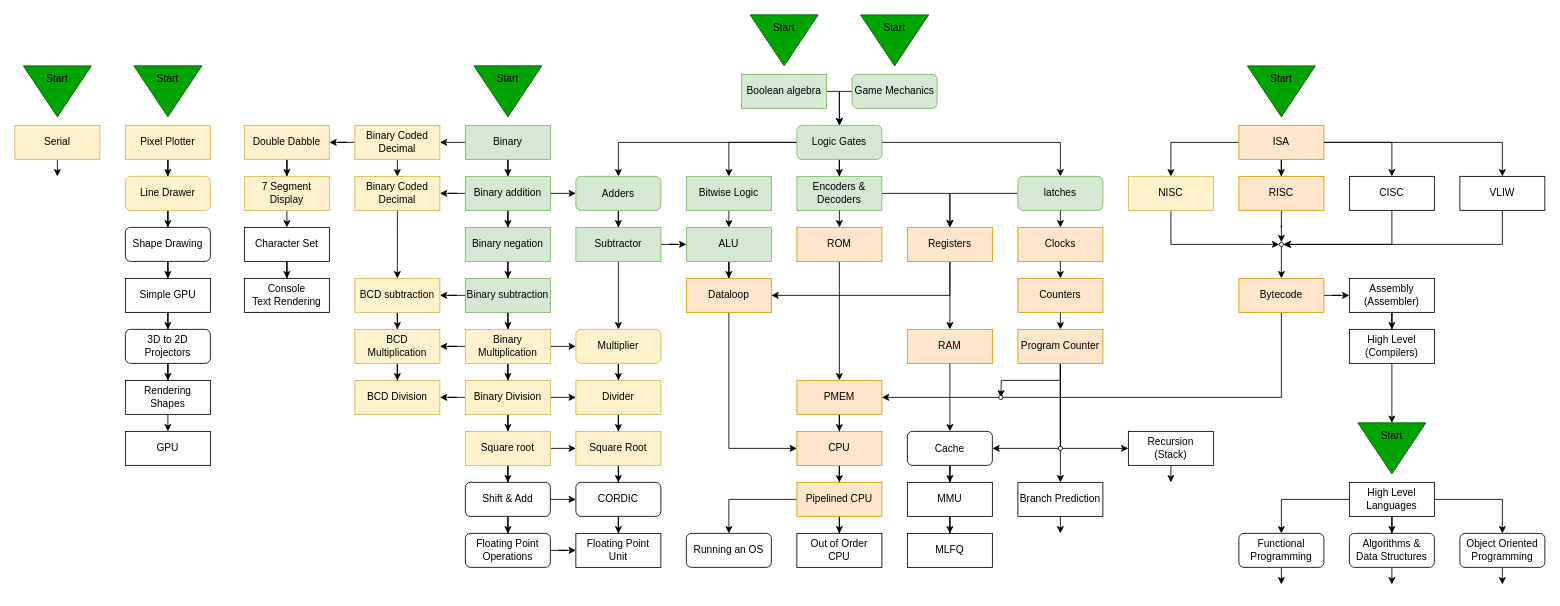
This is page "Knowledge Map" (1 of 6) of Lesson Diagram.drawio from Kuggo/UnivOREsity, a draw.io file, before an edit. Source tidied: cells renumbered, new cells numbered last; positions are measured from the earlier drawing's top-left corner, leaving out a move shared by most shapes. Both pictures are drawn from the tidied source at 85%, with x=0, y=0 at pixel (14, 6).
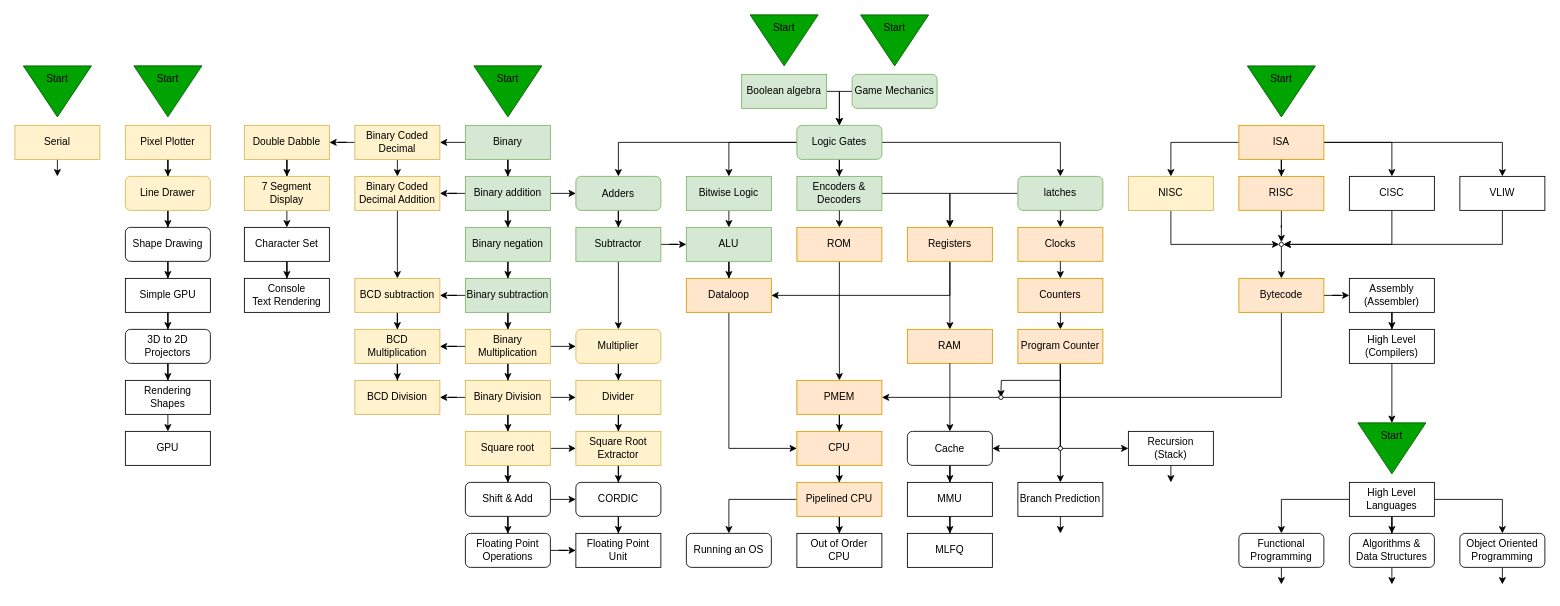
Above is the later version.

The edit, as a diff of the source:
```diff
@@
-    <mxCell id="104" value="Square Root" style="rounded=0;whiteSpace=wrap;html=1;fillColor=#fff2cc;strokeColor=#d6b656;" parent="1" vertex="1">
+    <mxCell id="104" value="Square Root Extractor" style="rounded=0;whiteSpace=wrap;html=1;fillColor=#fff2cc;strokeColor=#d6b656;" parent="1" vertex="1">
       <mxGeometry x="660" y="500" width="100" height="40" as="geometry" />
     </mxCell>
@@
-    <mxCell id="168" value="Binary Coded&lt;br&gt;Decimal" style="rounded=0;whiteSpace=wrap;html=1;fillColor=#fff2cc;strokeColor=#d6b656;" parent="1" vertex="1">
+    <mxCell id="168" value="Binary Coded&lt;br&gt;Decimal Addition" style="rounded=0;whiteSpace=wrap;html=1;fillColor=#fff2cc;strokeColor=#d6b656;" parent="1" vertex="1">
       <mxGeometry x="400" y="200" width="100" height="40" as="geometry" />
     </mxCell>
```
